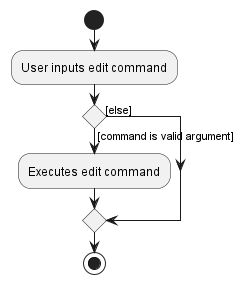
Above: docs/images/EditCommandActivityDiagram.png in nus-cs2103-AY2223S1/tp (PlantUML), before the change.
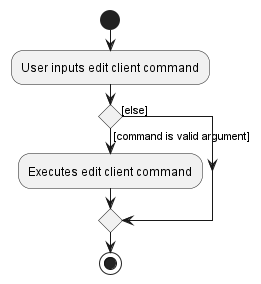
Later version of the same file.

Change to the diagram source:
```diff
@@ -1,10 +1,10 @@
 @startuml
  start
- :User inputs edit command;
+ :User inputs edit client command;
 
 
  if () then ([command is valid argument])
-     :Executes edit command;
+     :Executes edit client command;
 
  else ([else])
  endif
```
